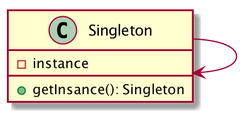
Earlier version of the PlantUML export src/main/resources/com.lthaoshao.pattern.singleton/singleton.png (lthaoshao/design-patterns-example). Its diagram source:
```plantuml
@startuml

class Singleton{
-instance
+getInsance(): Singleton
}

Singleton -> Singleton

@enduml
```
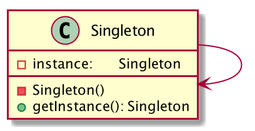
The same diagram one commit later.

What changed in the source:
```diff
@@ -1,8 +1,9 @@
 @startuml
 
 class Singleton{
--instance
-+getInsance(): Singleton
+-instance:       Singleton
+-Singleton()
++getInstance(): Singleton
 }
 
 Singleton -> Singleton
```
